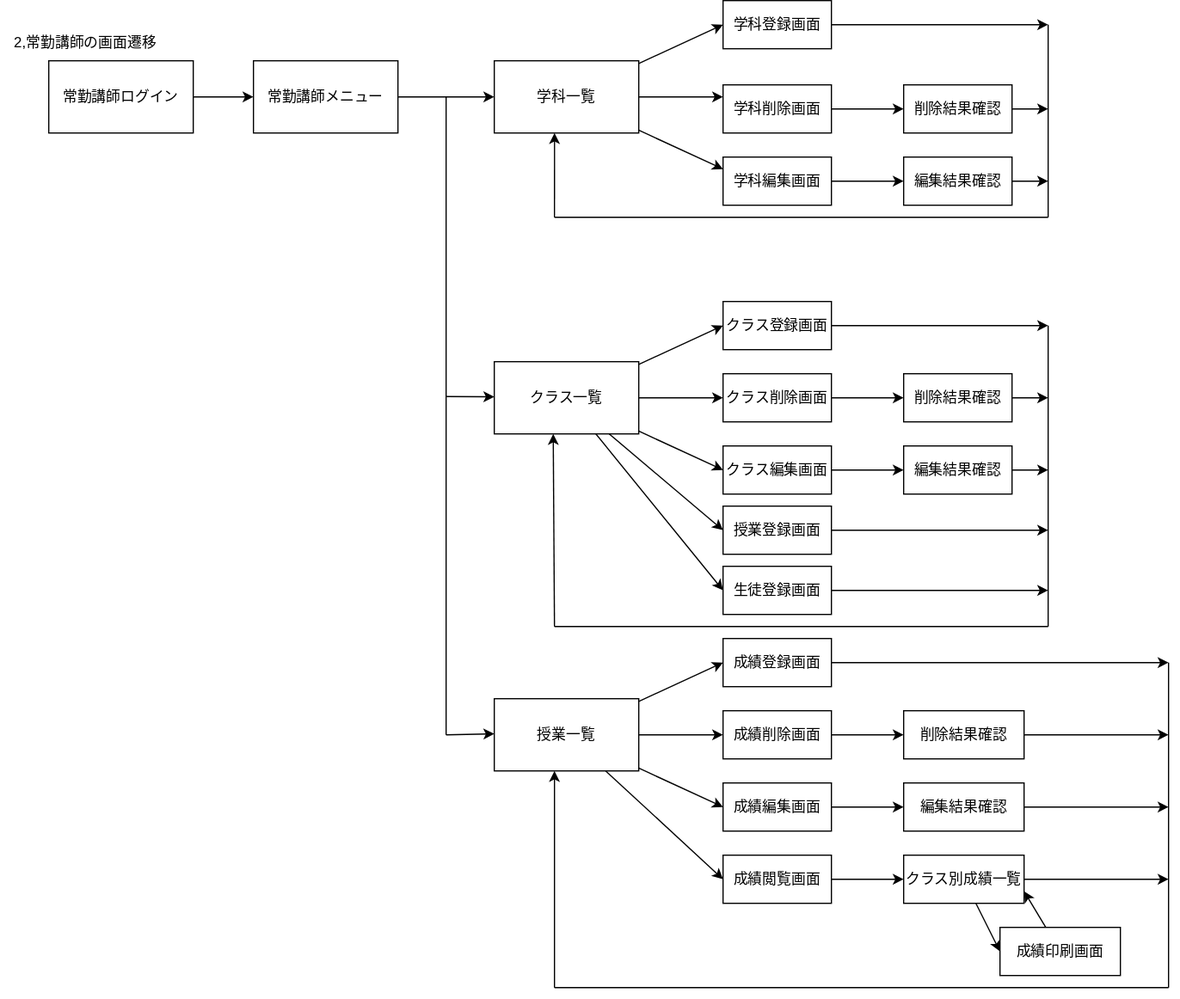
Before: teamG4.drawio.svg, a diagram exported from draw.io (Skypeace8585/uml-introduction). Source tidied: cells renumbered, new cells last; positions are measured from the earlier drawing's top-left corner, leaving out a move shared by most shapes.
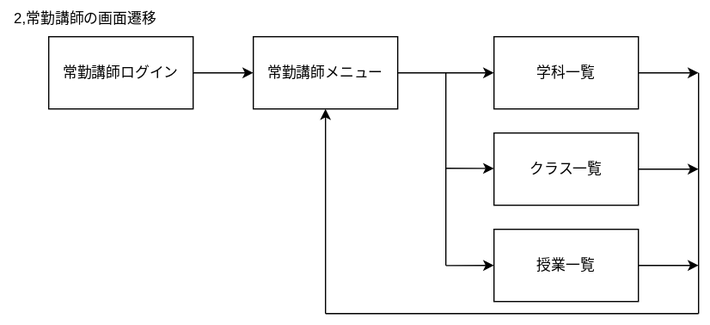
The same diagram one commit later.

What changed in the source:
```diff
@@ -19,270 +19,63 @@
     <mxCell id="6" value="常勤講師メニュー" style="rounded=0;whiteSpace=wrap;html=1;" parent="1" vertex="1">
       <mxGeometry x="210" y="50" width="120" height="60" as="geometry" />
     </mxCell>
-    <mxCell id="7" style="edgeStyle=none;html=1;entryX=0;entryY=0.5;entryDx=0;entryDy=0;" parent="1" edge="1" source="10" target="22">
-      <mxGeometry relative="1" as="geometry" />
-    </mxCell>
-    <mxCell id="8" style="edgeStyle=none;html=1;entryX=0;entryY=0.25;entryDx=0;entryDy=0;" parent="1" edge="1" source="10" target="18">
-      <mxGeometry relative="1" as="geometry" />
-    </mxCell>
-    <mxCell id="9" style="edgeStyle=none;html=1;entryX=0;entryY=0.25;entryDx=0;entryDy=0;" parent="1" edge="1" source="10" target="20">
-      <mxGeometry relative="1" as="geometry" />
-    </mxCell>
+    <mxCell id="73" style="edgeStyle=none;html=1;" parent="1" edge="1" source="10">
+      <mxGeometry relative="1" as="geometry">
+        <mxPoint x="580" y="80" as="targetPoint" />
+      </mxGeometry>
+    </mxCell>
     <mxCell id="10" value="学科一覧" style="rounded=0;whiteSpace=wrap;html=1;" parent="1" vertex="1">
       <mxGeometry x="410" y="50" width="120" height="60" as="geometry" />
     </mxCell>
-    <mxCell id="11" style="edgeStyle=none;html=1;entryX=0;entryY=0.5;entryDx=0;entryDy=0;" parent="1" edge="1" source="16" target="32">
-      <mxGeometry relative="1" as="geometry" />
-    </mxCell>
-    <mxCell id="12" style="edgeStyle=none;html=1;entryX=0;entryY=0.5;entryDx=0;entryDy=0;" parent="1" edge="1" source="16" target="28">
-      <mxGeometry relative="1" as="geometry" />
-    </mxCell>
-    <mxCell id="13" style="edgeStyle=none;html=1;entryX=0;entryY=0.5;entryDx=0;entryDy=0;" parent="1" edge="1" source="16" target="30">
-      <mxGeometry relative="1" as="geometry" />
-    </mxCell>
-    <mxCell id="14" style="edgeStyle=none;html=1;entryX=0;entryY=0.5;entryDx=0;entryDy=0;" parent="1" edge="1" source="16" target="52">
-      <mxGeometry relative="1" as="geometry" />
-    </mxCell>
-    <mxCell id="15" style="edgeStyle=none;html=1;entryX=0;entryY=0.5;entryDx=0;entryDy=0;" parent="1" edge="1" source="16" target="54">
-      <mxGeometry relative="1" as="geometry" />
-    </mxCell>
+    <mxCell id="75" style="edgeStyle=none;html=1;" parent="1" edge="1" source="16">
+      <mxGeometry relative="1" as="geometry">
+        <mxPoint x="580" y="160" as="targetPoint" />
+      </mxGeometry>
+    </mxCell>
     <mxCell id="16" value="クラス一覧" style="rounded=0;whiteSpace=wrap;html=1;" parent="1" vertex="1">
-      <mxGeometry x="410" y="300" width="120" height="60" as="geometry" />
+      <mxGeometry x="410" y="130" width="120" height="60" as="geometry" />
     </mxCell>
-    <mxCell id="17" style="edgeStyle=none;html=1;entryX=0;entryY=0.5;entryDx=0;entryDy=0;" parent="1" edge="1" source="18" target="26">
-      <mxGeometry relative="1" as="geometry" />
-    </mxCell>
-    <mxCell id="18" value="学科編集画面" style="rounded=0;whiteSpace=wrap;html=1;" parent="1" vertex="1">
-      <mxGeometry x="600" y="130" width="90" height="40" as="geometry" />
-    </mxCell>
-    <mxCell id="19" style="edgeStyle=none;html=1;entryX=0;entryY=0.5;entryDx=0;entryDy=0;" parent="1" edge="1" source="20" target="24">
-      <mxGeometry relative="1" as="geometry" />
-    </mxCell>
-    <mxCell id="20" value="学科削除画面" style="rounded=0;whiteSpace=wrap;html=1;" parent="1" vertex="1">
-      <mxGeometry x="600" y="70" width="90" height="40" as="geometry" />
-    </mxCell>
-    <mxCell id="21" style="edgeStyle=none;html=1;" parent="1" edge="1" source="22">
-      <mxGeometry relative="1" as="geometry">
-        <mxPoint x="870" y="20" as="targetPoint" />
-      </mxGeometry>
-    </mxCell>
-    <mxCell id="22" value="学科登録画面　" style="rounded=0;whiteSpace=wrap;html=1;" parent="1" vertex="1">
-      <mxGeometry x="600" width="90" height="40" as="geometry" />
-    </mxCell>
-    <mxCell id="23" style="edgeStyle=none;html=1;" parent="1" edge="1" source="24">
-      <mxGeometry relative="1" as="geometry">
-        <mxPoint x="870" y="90" as="targetPoint" />
-      </mxGeometry>
-    </mxCell>
-    <mxCell id="24" value="削除結果確認" style="rounded=0;whiteSpace=wrap;html=1;" parent="1" vertex="1">
-      <mxGeometry x="750" y="70" width="90" height="40" as="geometry" />
-    </mxCell>
-    <mxCell id="25" style="edgeStyle=none;html=1;" parent="1" edge="1" source="26">
-      <mxGeometry relative="1" as="geometry">
-        <mxPoint x="870" y="150" as="targetPoint" />
-      </mxGeometry>
-    </mxCell>
-    <mxCell id="26" value="編集結果確認" style="rounded=0;whiteSpace=wrap;html=1;" parent="1" vertex="1">
-      <mxGeometry x="750" y="130" width="90" height="40" as="geometry" />
-    </mxCell>
-    <mxCell id="27" style="edgeStyle=none;html=1;entryX=0;entryY=0.5;entryDx=0;entryDy=0;" parent="1" edge="1" source="28" target="34">
-      <mxGeometry relative="1" as="geometry" />
-    </mxCell>
-    <mxCell id="28" value="クラス削除画面" style="rounded=0;whiteSpace=wrap;html=1;" parent="1" vertex="1">
-      <mxGeometry x="600" y="310" width="90" height="40" as="geometry" />
-    </mxCell>
-    <mxCell id="29" style="edgeStyle=none;html=1;entryX=0;entryY=0.5;entryDx=0;entryDy=0;" parent="1" edge="1" source="30" target="36">
-      <mxGeometry relative="1" as="geometry" />
-    </mxCell>
-    <mxCell id="30" value="クラス編集画面" style="rounded=0;whiteSpace=wrap;html=1;" parent="1" vertex="1">
-      <mxGeometry x="600" y="370" width="90" height="40" as="geometry" />
-    </mxCell>
-    <mxCell id="31" style="edgeStyle=none;html=1;" parent="1" edge="1" source="32">
-      <mxGeometry relative="1" as="geometry">
-        <mxPoint x="870" y="270" as="targetPoint" />
-      </mxGeometry>
-    </mxCell>
-    <mxCell id="32" value="クラス登録画面　" style="rounded=0;whiteSpace=wrap;html=1;" parent="1" vertex="1">
-      <mxGeometry x="600" y="250" width="90" height="40" as="geometry" />
-    </mxCell>
-    <mxCell id="33" style="edgeStyle=none;html=1;" parent="1" edge="1" source="34">
-      <mxGeometry relative="1" as="geometry">
-        <mxPoint x="870" y="330" as="targetPoint" />
-      </mxGeometry>
-    </mxCell>
-    <mxCell id="34" value="削除結果確認" style="rounded=0;whiteSpace=wrap;html=1;" parent="1" vertex="1">
-      <mxGeometry x="750" y="310" width="90" height="40" as="geometry" />
-    </mxCell>
-    <mxCell id="35" style="edgeStyle=none;html=1;" parent="1" edge="1" source="36">
-      <mxGeometry relative="1" as="geometry">
-        <mxPoint x="870" y="390" as="targetPoint" />
-      </mxGeometry>
-    </mxCell>
-    <mxCell id="36" value="編集結果確認" style="rounded=0;whiteSpace=wrap;html=1;" parent="1" vertex="1">
-      <mxGeometry x="750" y="370" width="90" height="40" as="geometry" />
-    </mxCell>
-    <mxCell id="37" style="endArrow=none;html=1;" parent="1" edge="1">
-      <mxGeometry relative="1" as="geometry">
-        <mxPoint x="870" y="180" as="sourcePoint" />
-        <mxPoint x="870" y="20" as="targetPoint" />
-      </mxGeometry>
-    </mxCell>
-    <mxCell id="38" style="endArrow=none;html=1;" parent="1" edge="1">
-      <mxGeometry relative="1" as="geometry">
-        <mxPoint x="460" y="180" as="sourcePoint" />
-        <mxPoint x="870" y="180" as="targetPoint" />
-        <Array as="points">
-          <mxPoint x="660" y="180" />
-        </Array>
-      </mxGeometry>
-    </mxCell>
-    <mxCell id="39" style="endArrow=classic;html=1;entryX=0.417;entryY=1;entryDx=0;entryDy=0;entryPerimeter=0;" parent="1" edge="1" target="10">
-      <mxGeometry relative="1" as="geometry">
-        <mxPoint x="460" y="180" as="sourcePoint" />
-      </mxGeometry>
-    </mxCell>
-    <mxCell id="40" style="endArrow=none;html=1;" parent="1" edge="1">
-      <mxGeometry relative="1" as="geometry">
-        <mxPoint x="870" y="520" as="sourcePoint" />
-        <mxPoint x="870" y="270" as="targetPoint" />
-      </mxGeometry>
-    </mxCell>
-    <mxCell id="41" style="endArrow=none;html=1;" parent="1" edge="1">
-      <mxGeometry relative="1" as="geometry">
-        <mxPoint x="460" y="520" as="sourcePoint" />
-        <mxPoint x="870" y="520" as="targetPoint" />
-      </mxGeometry>
-    </mxCell>
-    <mxCell id="42" style="endArrow=classic;html=1;entryX=0.408;entryY=1.001;entryDx=0;entryDy=0;entryPerimeter=0;" parent="1" edge="1" target="16">
-      <mxGeometry relative="1" as="geometry">
-        <mxPoint x="460" y="520" as="sourcePoint" />
-      </mxGeometry>
-    </mxCell>
     <mxCell id="43" style="endArrow=none;html=1;" parent="1" edge="1">
       <mxGeometry relative="1" as="geometry">
-        <mxPoint x="370" y="610" as="sourcePoint" />
+        <mxPoint x="370" y="240" as="sourcePoint" />
         <mxPoint x="370" y="80" as="targetPoint" />
       </mxGeometry>
     </mxCell>
     <mxCell id="44" style="endArrow=classic;html=1;" parent="1" edge="1">
       <mxGeometry relative="1" as="geometry">
-        <mxPoint x="370" y="329" as="sourcePoint" />
-        <mxPoint x="410" y="329.2" as="targetPoint" />
+        <mxPoint x="370" y="159.3" as="sourcePoint" />
+        <mxPoint x="410" y="159.5" as="targetPoint" />
       </mxGeometry>
     </mxCell>
-    <mxCell id="45" style="endArrow=classic;html=1;" parent="1" edge="1">
+    <mxCell id="45" style="endArrow=classic;html=1;entryX=0;entryY=0.5;entryDx=0;entryDy=0;" parent="1" edge="1" target="50">
       <mxGeometry relative="1" as="geometry">
-        <mxPoint x="370" y="610" as="sourcePoint" />
-        <mxPoint x="410" y="609.2" as="targetPoint" />
+        <mxPoint x="370" y="240.1" as="sourcePoint" />
       </mxGeometry>
     </mxCell>
-    <mxCell id="46" style="edgeStyle=none;html=1;entryX=0;entryY=0.5;entryDx=0;entryDy=0;" parent="1" edge="1" source="50" target="56">
-      <mxGeometry relative="1" as="geometry" />
-    </mxCell>
-    <mxCell id="47" style="edgeStyle=none;html=1;entryX=0;entryY=0.5;entryDx=0;entryDy=0;" parent="1" edge="1" source="50" target="58">
-      <mxGeometry relative="1" as="geometry" />
-    </mxCell>
-    <mxCell id="48" style="edgeStyle=none;html=1;entryX=0;entryY=0.5;entryDx=0;entryDy=0;" parent="1" edge="1" source="50" target="62">
-      <mxGeometry relative="1" as="geometry" />
-    </mxCell>
-    <mxCell id="49" style="edgeStyle=none;html=1;entryX=0;entryY=0.5;entryDx=0;entryDy=0;" parent="1" edge="1" source="50" target="66">
-      <mxGeometry relative="1" as="geometry" />
-    </mxCell>
+    <mxCell id="76" style="edgeStyle=none;html=1;" parent="1" edge="1" source="50">
+      <mxGeometry relative="1" as="geometry">
+        <mxPoint x="580" y="240" as="targetPoint" />
+      </mxGeometry>
+    </mxCell>
     <mxCell id="50" value="授業一覧" style="rounded=0;whiteSpace=wrap;html=1;" parent="1" vertex="1">
-      <mxGeometry x="410" y="580" width="120" height="60" as="geometry" />
+      <mxGeometry x="410" y="210" width="120" height="60" as="geometry" />
     </mxCell>
-    <mxCell id="51" style="edgeStyle=none;html=1;" parent="1" edge="1" source="52">
-      <mxGeometry relative="1" as="geometry">
-        <mxPoint x="870" y="440" as="targetPoint" />
-      </mxGeometry>
-    </mxCell>
-    <mxCell id="52" value="授業登録画面　" style="rounded=0;whiteSpace=wrap;html=1;" parent="1" vertex="1">
-      <mxGeometry x="600" y="420" width="90" height="40" as="geometry" />
-    </mxCell>
-    <mxCell id="53" style="edgeStyle=none;html=1;" parent="1" edge="1" source="54">
-      <mxGeometry relative="1" as="geometry">
-        <mxPoint x="870" y="490" as="targetPoint" />
-      </mxGeometry>
-    </mxCell>
-    <mxCell id="54" value="生徒登録画面　" style="rounded=0;whiteSpace=wrap;html=1;" parent="1" vertex="1">
-      <mxGeometry x="600" y="470" width="90" height="40" as="geometry" />
-    </mxCell>
-    <mxCell id="55" style="edgeStyle=none;html=1;" parent="1" edge="1" source="56">
-      <mxGeometry relative="1" as="geometry">
-        <mxPoint x="970" y="550" as="targetPoint" />
-      </mxGeometry>
-    </mxCell>
-    <mxCell id="56" value="成績登録画面　" style="rounded=0;whiteSpace=wrap;html=1;" parent="1" vertex="1">
-      <mxGeometry x="600" y="530" width="90" height="40" as="geometry" />
-    </mxCell>
-    <mxCell id="57" style="edgeStyle=none;html=1;entryX=0;entryY=0.5;entryDx=0;entryDy=0;" parent="1" edge="1" source="58" target="60">
-      <mxGeometry relative="1" as="geometry" />
-    </mxCell>
-    <mxCell id="58" value="成績削除画面　" style="rounded=0;whiteSpace=wrap;html=1;" parent="1" vertex="1">
-      <mxGeometry x="600" y="590" width="90" height="40" as="geometry" />
-    </mxCell>
-    <mxCell id="59" style="edgeStyle=none;html=1;" parent="1" edge="1" source="60">
-      <mxGeometry relative="1" as="geometry">
-        <mxPoint x="970" y="610" as="targetPoint" />
-      </mxGeometry>
-    </mxCell>
-    <mxCell id="60" value="削除結果確認" style="rounded=0;whiteSpace=wrap;html=1;" parent="1" vertex="1">
-      <mxGeometry x="750" y="590" width="100" height="40" as="geometry" />
-    </mxCell>
-    <mxCell id="61" style="edgeStyle=none;html=1;entryX=0;entryY=0.5;entryDx=0;entryDy=0;" parent="1" edge="1" source="62" target="64">
-      <mxGeometry relative="1" as="geometry" />
-    </mxCell>
-    <mxCell id="62" value="成績編集画面　" style="rounded=0;whiteSpace=wrap;html=1;" parent="1" vertex="1">
-      <mxGeometry x="600" y="650" width="90" height="40" as="geometry" />
-    </mxCell>
-    <mxCell id="63" style="edgeStyle=none;html=1;" parent="1" edge="1" source="64">
-      <mxGeometry relative="1" as="geometry">
-        <mxPoint x="970" y="670" as="targetPoint" />
-      </mxGeometry>
-    </mxCell>
-    <mxCell id="64" value="編集結果確認" style="rounded=0;whiteSpace=wrap;html=1;" parent="1" vertex="1">
-      <mxGeometry x="750" y="650" width="100" height="40" as="geometry" />
-    </mxCell>
-    <mxCell id="65" style="edgeStyle=none;html=1;entryX=0;entryY=0.5;entryDx=0;entryDy=0;" parent="1" edge="1" source="66" target="69">
-      <mxGeometry relative="1" as="geometry" />
-    </mxCell>
-    <mxCell id="66" value="成績閲覧画面　" style="rounded=0;whiteSpace=wrap;html=1;" parent="1" vertex="1">
-      <mxGeometry x="600" y="710" width="90" height="40" as="geometry" />
-    </mxCell>
-    <mxCell id="67" style="edgeStyle=none;html=1;" parent="1" edge="1" source="69">
-      <mxGeometry relative="1" as="geometry">
-        <mxPoint x="970" y="730" as="targetPoint" />
-      </mxGeometry>
-    </mxCell>
-    <mxCell id="68" style="edgeStyle=none;html=1;entryX=0;entryY=0.5;entryDx=0;entryDy=0;" parent="1" edge="1" source="69" target="74">
-      <mxGeometry relative="1" as="geometry" />
-    </mxCell>
-    <mxCell id="69" value="クラス別成績一覧" style="rounded=0;whiteSpace=wrap;html=1;" parent="1" vertex="1">
-      <mxGeometry x="750" y="710" width="100" height="40" as="geometry" />
-    </mxCell>
-    <mxCell id="70" style="endArrow=none;html=1;" parent="1" edge="1">
-      <mxGeometry relative="1" as="geometry">
-        <mxPoint x="970" y="820" as="sourcePoint" />
-        <mxPoint x="970" y="550" as="targetPoint" />
-      </mxGeometry>
-    </mxCell>
-    <mxCell id="71" style="endArrow=none;html=1;" parent="1" edge="1">
-      <mxGeometry relative="1" as="geometry">
-        <mxPoint x="460" y="820" as="sourcePoint" />
-        <mxPoint x="970" y="820" as="targetPoint" />
-      </mxGeometry>
-    </mxCell>
-    <mxCell id="72" style="endArrow=classic;html=1;entryX=0.408;entryY=1.001;entryDx=0;entryDy=0;entryPerimeter=0;" parent="1" edge="1">
-      <mxGeometry relative="1" as="geometry">
-        <mxPoint x="460" y="820" as="sourcePoint" />
-        <mxPoint x="460" y="640" as="targetPoint" />
-      </mxGeometry>
-    </mxCell>
-    <mxCell id="73" style="edgeStyle=none;html=1;entryX=1;entryY=0.75;entryDx=0;entryDy=0;" parent="1" edge="1" source="74" target="69">
-      <mxGeometry relative="1" as="geometry" />
-    </mxCell>
-    <mxCell id="74" value="成績印刷画面" style="rounded=0;whiteSpace=wrap;html=1;" parent="1" vertex="1">
-      <mxGeometry x="830" y="770" width="100" height="40" as="geometry" />
-    </mxCell>
+    <mxCell id="77" style="endArrow=none;html=1;" parent="1" edge="1">
+      <mxGeometry relative="1" as="geometry">
+        <mxPoint x="580" y="80" as="sourcePoint" />
+        <mxPoint x="580" y="280" as="targetPoint" />
+      </mxGeometry>
+    </mxCell>
+    <mxCell id="78" style="endArrow=none;html=1;" parent="1" edge="1">
+      <mxGeometry relative="1" as="geometry">
+        <mxPoint x="270" y="280" as="sourcePoint" />
+        <mxPoint x="580" y="280" as="targetPoint" />
+      </mxGeometry>
+    </mxCell>
+    <mxCell id="79" style="endArrow=classic;html=1;entryX=0.5;entryY=1;entryDx=0;entryDy=0;" parent="1" edge="1" target="6">
+      <mxGeometry relative="1" as="geometry">
+        <mxPoint x="270" y="280" as="sourcePoint" />
+      </mxGeometry>
+    </mxCell>
   </root>
 </mxGraphModel>
```
